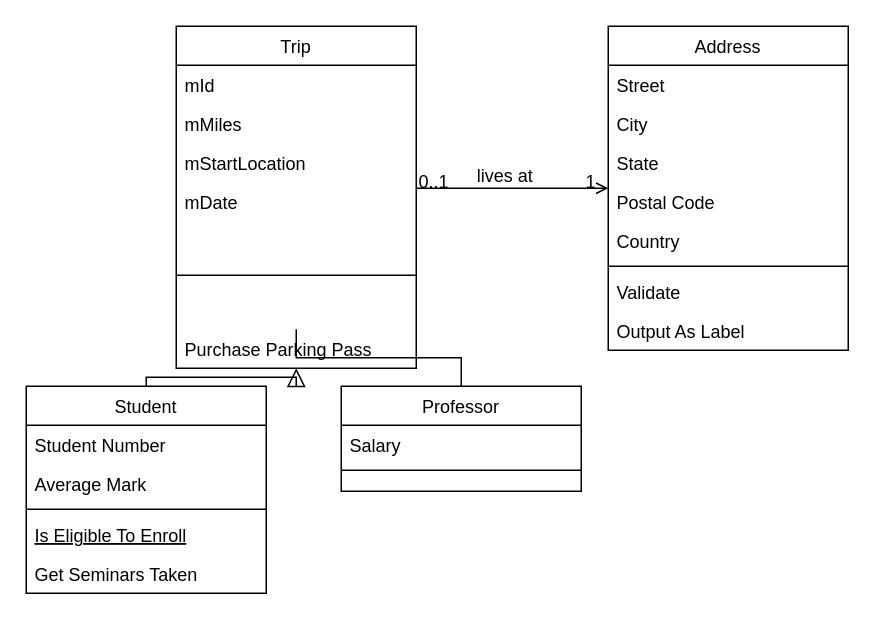
This is diagrams/CRC_Diagram.drawio from patriciaong977/AutoOdo, a draw.io file, before an edit. Source tidied: cells renumbered, new cells numbered last; positions are measured from the earlier drawing's top-left corner, leaving out a move shared by most shapes. Both pictures are drawn from the tidied source at 150%, with x=0, y=0 at pixel (26, 26).
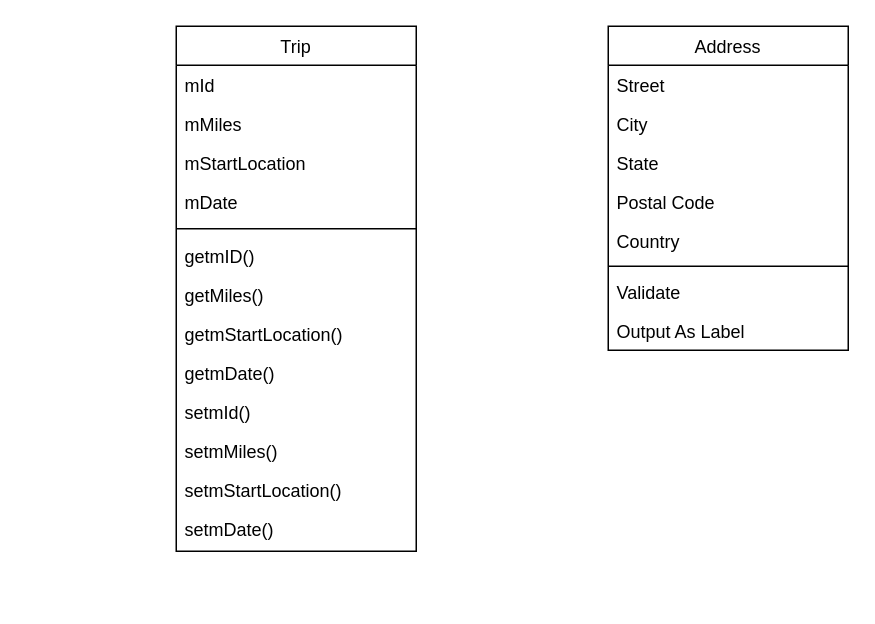
The same diagram, later.

Unchanged cells that the change refers to:
```xml
<mxCell id="20" value="Address" style="swimlane;fontStyle=0;align=center;verticalAlign=top;horizontal=1;startSize=26;rounded=0;shadow=0;strokeWidth=1;" parent="1" vertex="1">
  <mxGeometry x="388" width="160" height="216" as="geometry" />
</mxCell>
```

What changed in the source:
```diff
@@
     <mxCell id="2" value="Trip" style="swimlane;fontStyle=0;align=center;verticalAlign=top;horizontal=1;startSize=26;rounded=0;shadow=0;strokeWidth=1;" parent="1" vertex="1">
-      <mxGeometry x="100" width="160" height="228" as="geometry" />
+      <mxGeometry x="100" width="160" height="350" as="geometry" />
     </mxCell>
@@
+    <mxCell id="8" style="endArrow=block;endSize=10;endFill=0;shadow=0;strokeWidth=1;rounded=0;edgeStyle=elbowEdgeStyle;elbow=vertical;startArrow=none;" parent="2" edge="1">
+      <mxGeometry relative="1" as="geometry">
+        <mxPoint x="80" y="146" as="sourcePoint" />
+        <mxPoint x="80" y="146" as="targetPoint" />
+      </mxGeometry>
+    </mxCell>
     <mxCell id="7" style="line;html=1;strokeWidth=1;align=left;verticalAlign=middle;spacingTop=-1;spacingLeft=3;spacingRight=3;labelPosition=right;points=[];portConstraint=eastwest;" parent="2" vertex="1">
-      <mxGeometry y="130" width="160" height="72" as="geometry" />
+      <mxGeometry y="130" width="160" height="10" as="geometry" />
     </mxCell>
-    <mxCell id="8" style="endArrow=block;endSize=10;endFill=0;shadow=0;strokeWidth=1;rounded=0;edgeStyle=elbowEdgeStyle;elbow=vertical;startArrow=none;" parent="2" edge="1">
-      <mxGeometry relative="1" as="geometry">
-        <mxPoint x="80" y="146" as="sourcePoint" />
-        <mxPoint x="80" y="146" as="targetPoint" />
-      </mxGeometry>
-    </mxCell>
-    <mxCell id="9" value="Purchase Parking Pass" style="text;align=left;verticalAlign=top;spacingLeft=4;spacingRight=4;overflow=hidden;" parent="2" vertex="1">
-      <mxGeometry y="202" width="160" height="26" as="geometry" />
+    <mxCell id="9" value="getmID()" style="text;align=left;verticalAlign=top;spacingLeft=4;spacingRight=4;overflow=hidden;" parent="2" vertex="1">
+      <mxGeometry y="140" width="160" height="26" as="geometry" />
     </mxCell>
-    <mxCell id="10" value="Student" style="swimlane;fontStyle=0;align=center;verticalAlign=top;horizontal=1;startSize=26;rounded=0;shadow=0;strokeWidth=1;" parent="1" vertex="1">
-      <mxGeometry y="240" width="160" height="138" as="geometry" />
-    </mxCell>
-    <mxCell id="11" value="Student Number" style="text;align=left;verticalAlign=top;spacingLeft=4;spacingRight=4;overflow=hidden;" parent="10" vertex="1">
-      <mxGeometry y="26" width="160" height="26" as="geometry" />
-    </mxCell>
-    <mxCell id="12" value="Average Mark" style="text;align=left;verticalAlign=top;spacingLeft=4;spacingRight=4;overflow=hidden;rounded=0;shadow=0;html=0;" parent="10" vertex="1">
-      <mxGeometry y="52" width="160" height="26" as="geometry" />
-    </mxCell>
-    <mxCell id="13" style="line;html=1;strokeWidth=1;align=left;verticalAlign=middle;spacingTop=-1;spacingLeft=3;spacingRight=3;labelPosition=right;" parent="10" vertex="1">
-      <mxGeometry y="78" width="160" height="8" as="geometry" />
-    </mxCell>
-    <mxCell id="14" value="Is Eligible To Enroll" style="text;align=left;verticalAlign=top;spacingLeft=4;spacingRight=4;overflow=hidden;fontStyle=4;" parent="10" vertex="1">
-      <mxGeometry y="86" width="160" height="26" as="geometry" />
-    </mxCell>
-    <mxCell id="15" value="Get Seminars Taken" style="text;align=left;verticalAlign=top;spacingLeft=4;spacingRight=4;overflow=hidden;" parent="10" vertex="1">
-      <mxGeometry y="112" width="160" height="26" as="geometry" />
-    </mxCell>
-    <mxCell id="16" style="endArrow=block;endSize=10;endFill=0;shadow=0;strokeWidth=1;rounded=0;edgeStyle=elbowEdgeStyle;elbow=vertical;" parent="1" edge="1" source="10" target="2">
-      <mxGeometry relative="1" as="geometry" />
-    </mxCell>
-    <mxCell id="17" value="Professor" style="swimlane;fontStyle=0;align=center;verticalAlign=top;horizontal=1;startSize=26;rounded=0;shadow=0;strokeWidth=1;" parent="1" vertex="1">
-      <mxGeometry x="210" y="240" width="160" height="70" as="geometry" />
-    </mxCell>
-    <mxCell id="18" value="Salary" style="text;align=left;verticalAlign=top;spacingLeft=4;spacingRight=4;overflow=hidden;" parent="17" vertex="1">
-      <mxGeometry y="26" width="160" height="26" as="geometry" />
-    </mxCell>
-    <mxCell id="19" style="line;html=1;strokeWidth=1;align=left;verticalAlign=middle;spacingTop=-1;spacingLeft=3;spacingRight=3;labelPosition=right;" parent="17" vertex="1">
-      <mxGeometry y="52" width="160" height="8" as="geometry" />
-    </mxCell>
+    <mxCell id="34" value="getMiles()" style="text;align=left;verticalAlign=top;spacingLeft=4;spacingRight=4;overflow=hidden;" parent="2" vertex="1">
+      <mxGeometry y="166" width="160" height="26" as="geometry" />
+    </mxCell>
+    <mxCell id="35" value="getmStartLocation()" style="text;align=left;verticalAlign=top;spacingLeft=4;spacingRight=4;overflow=hidden;" parent="2" vertex="1">
+      <mxGeometry y="192" width="160" height="26" as="geometry" />
+    </mxCell>
+    <mxCell id="36" value="getmDate()" style="text;align=left;verticalAlign=top;spacingLeft=4;spacingRight=4;overflow=hidden;" parent="2" vertex="1">
+      <mxGeometry y="218" width="160" height="26" as="geometry" />
+    </mxCell>
+    <mxCell id="37" value="setmId()" style="text;align=left;verticalAlign=top;spacingLeft=4;spacingRight=4;overflow=hidden;" parent="2" vertex="1">
+      <mxGeometry y="244" width="160" height="26" as="geometry" />
+    </mxCell>
+    <mxCell id="38" value="setmMiles()" style="text;align=left;verticalAlign=top;spacingLeft=4;spacingRight=4;overflow=hidden;" parent="2" vertex="1">
+      <mxGeometry y="270" width="160" height="26" as="geometry" />
+    </mxCell>
+    <mxCell id="39" value="setmStartLocation()" style="text;align=left;verticalAlign=top;spacingLeft=4;spacingRight=4;overflow=hidden;" parent="2" vertex="1">
+      <mxGeometry y="296" width="160" height="26" as="geometry" />
+    </mxCell>
+    <mxCell id="40" value="setmDate()" style="text;align=left;verticalAlign=top;spacingLeft=4;spacingRight=4;overflow=hidden;" parent="2" vertex="1">
+      <mxGeometry y="322" width="160" height="26" as="geometry" />
+    </mxCell>
@@
-    <mxCell id="29" style="endArrow=open;shadow=0;strokeWidth=1;rounded=0;endFill=1;edgeStyle=elbowEdgeStyle;elbow=vertical;" parent="1" edge="1" source="2" target="20">
-      <mxGeometry x="0.5" y="41" relative="1" as="geometry">
-        <mxPoint x="-40" y="32" as="offset" />
-      </mxGeometry>
-    </mxCell>
-    <mxCell id="30" value="0..1" style="align=left;verticalAlign=bottom;labelBackgroundColor=none;fontSize=12;" parent="29" vertex="1">
-      <mxGeometry x="-1" relative="1" as="geometry">
-        <mxPoint y="4" as="offset" />
-      </mxGeometry>
-    </mxCell>
-    <mxCell id="31" value="1" style="align=right;verticalAlign=bottom;labelBackgroundColor=none;fontSize=12;" parent="29" vertex="1">
-      <mxGeometry x="1" relative="1" as="geometry">
-        <mxPoint x="-7" y="4" as="offset" />
-      </mxGeometry>
-    </mxCell>
-    <mxCell id="32" value="lives at" style="text;html=1;align=center;verticalAlign=middle;labelBackgroundColor=none;rounded=0;shadow=0;strokeWidth=1;fontSize=12;" parent="29" vertex="1">
-      <mxGeometry x="0.5" y="49" relative="1" as="geometry">
-        <mxPoint x="-38" y="40" as="offset" />
-      </mxGeometry>
-    </mxCell>
-    <mxCell id="33" style="endArrow=none;endSize=10;endFill=0;shadow=0;strokeWidth=1;rounded=0;edgeStyle=elbowEdgeStyle;elbow=vertical;" parent="1" edge="1" source="17" target="7">
-      <mxGeometry relative="1" as="geometry" />
-    </mxCell>
```
